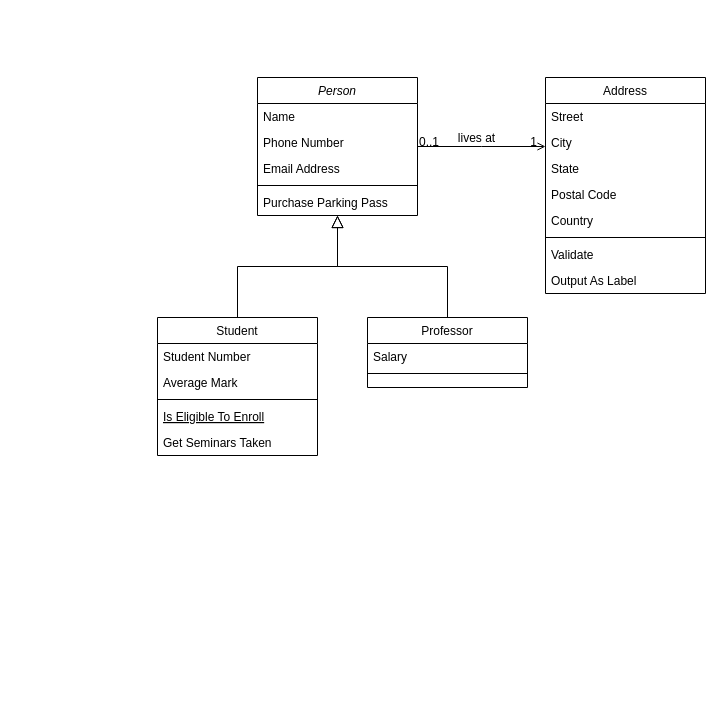
The draw.io diagram 제목 없는 다이어그램.drawio in InSnoopy/CarrotMarketProject, before the edit. Source tidied: cells renumbered, new cells numbered last; positions are measured from the earlier drawing's top-left corner, leaving out a move shared by most shapes. Both pictures are drawn from the tidied source at 100%, with x=0, y=0 at pixel (157, 77).
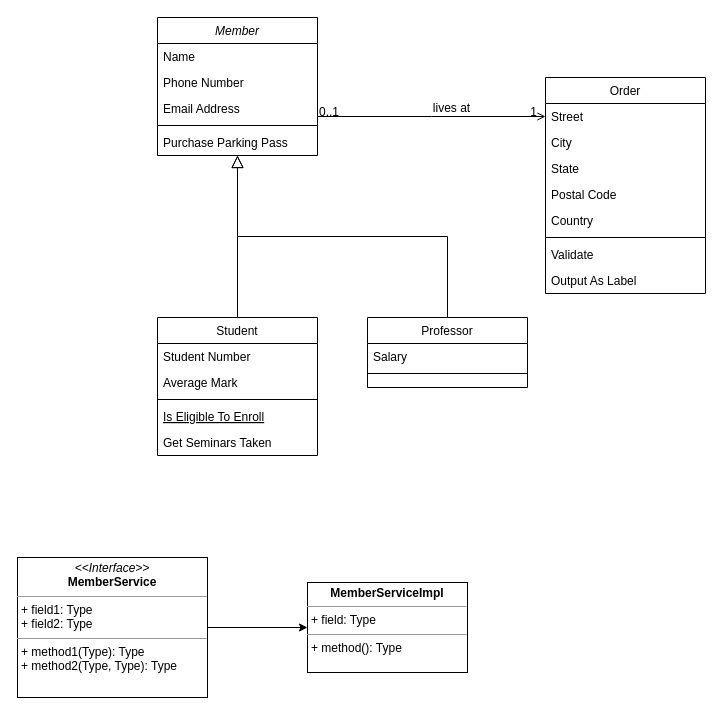
The same diagram, later.

What changed in the source:
```diff
@@
-    <mxCell id="2" value="Person" style="swimlane;fontStyle=2;align=center;verticalAlign=top;horizontal=1;startSize=26;rounded=0;shadow=0;strokeWidth=1;" parent="1" vertex="1">
-      <mxGeometry x="100" width="160" height="138" as="geometry" />
+    <mxCell id="2" value="Member" style="swimlane;fontStyle=2;align=center;verticalAlign=top;horizontal=1;startSize=26;rounded=0;shadow=0;strokeWidth=1;" parent="1" vertex="1">
+      <mxGeometry y="-60" width="160" height="138" as="geometry" />
     </mxCell>
@@
-    <mxCell id="19" value="Address" style="swimlane;fontStyle=0;align=center;verticalAlign=top;horizontal=1;startSize=26;rounded=0;shadow=0;strokeWidth=1;" parent="1" vertex="1">
+    <mxCell id="19" value="Order" style="swimlane;fontStyle=0;align=center;verticalAlign=top;horizontal=1;startSize=26;rounded=0;shadow=0;strokeWidth=1;" parent="1" vertex="1">
       <mxGeometry x="388" width="160" height="216" as="geometry" />
     </mxCell>
@@
+    <mxCell id="32" style="edgeStyle=orthogonalEdgeStyle;rounded=0;jettySize=auto;html=1;exitX=1;exitY=0.5;exitDx=0;exitDy=0;entryX=0;entryY=0.5;entryDx=0;entryDy=0;" parent="1" edge="1" source="33" target="34">
+      <mxGeometry relative="1" as="geometry" />
+    </mxCell>
+    <mxCell id="33" value="&lt;p style=&quot;margin:0px;margin-top:4px;text-align:center;&quot;&gt;&lt;i&gt;&amp;lt;&amp;lt;Interface&amp;gt;&amp;gt;&lt;/i&gt;&lt;br&gt;&lt;b&gt;MemberService&lt;/b&gt;&lt;/p&gt;&lt;hr size=&quot;1&quot;&gt;&lt;p style=&quot;margin:0px;margin-left:4px;&quot;&gt;+ field1: Type&lt;br&gt;+ field2: Type&lt;/p&gt;&lt;hr size=&quot;1&quot;&gt;&lt;p style=&quot;margin:0px;margin-left:4px;&quot;&gt;+ method1(Type): Type&lt;br&gt;+ method2(Type, Type): Type&lt;/p&gt;" style="verticalAlign=top;align=left;overflow=fill;fontSize=12;fontFamily=Helvetica;html=1;whiteSpace=wrap;" parent="1" vertex="1">
+      <mxGeometry x="-140" y="480" width="190" height="140" as="geometry" />
+    </mxCell>
+    <mxCell id="34" value="&lt;p style=&quot;margin:0px;margin-top:4px;text-align:center;&quot;&gt;&lt;b&gt;MemberServiceImpl&lt;/b&gt;&lt;/p&gt;&lt;hr size=&quot;1&quot;&gt;&lt;p style=&quot;margin:0px;margin-left:4px;&quot;&gt;+ field: Type&lt;/p&gt;&lt;hr size=&quot;1&quot;&gt;&lt;p style=&quot;margin:0px;margin-left:4px;&quot;&gt;+ method(): Type&lt;/p&gt;" style="verticalAlign=top;align=left;overflow=fill;fontSize=12;fontFamily=Helvetica;html=1;whiteSpace=wrap;" parent="1" vertex="1">
+      <mxGeometry x="150" y="505" width="160" height="90" as="geometry" />
+    </mxCell>
```
